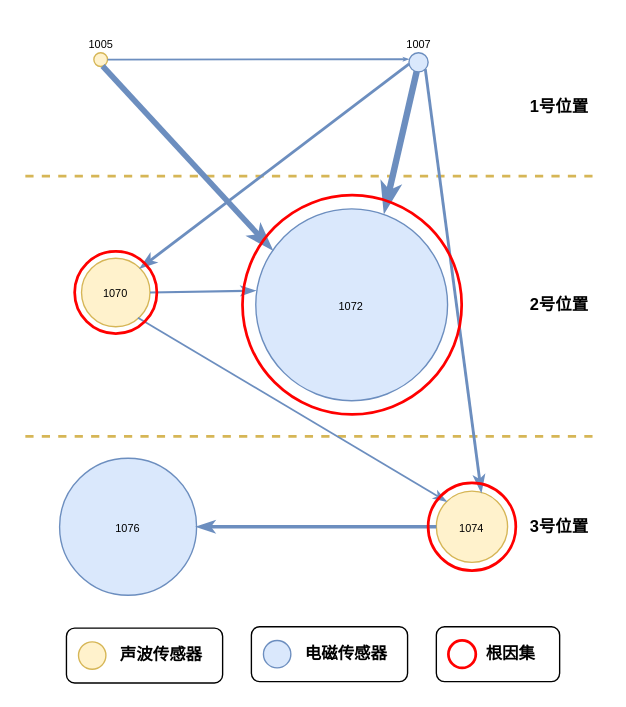
Earlier version of the draw.io diagram page "第 8 页" (8 of 11) of 根因分析.drawio (balllightnings/draw). Source tidied: cells renumbered, new cells numbered last; positions are measured from the earlier drawing's top-left corner, leaving out a move shared by most shapes. Both pictures are drawn from the tidied source at 137%, with x=0, y=0 at pixel (25, 32).
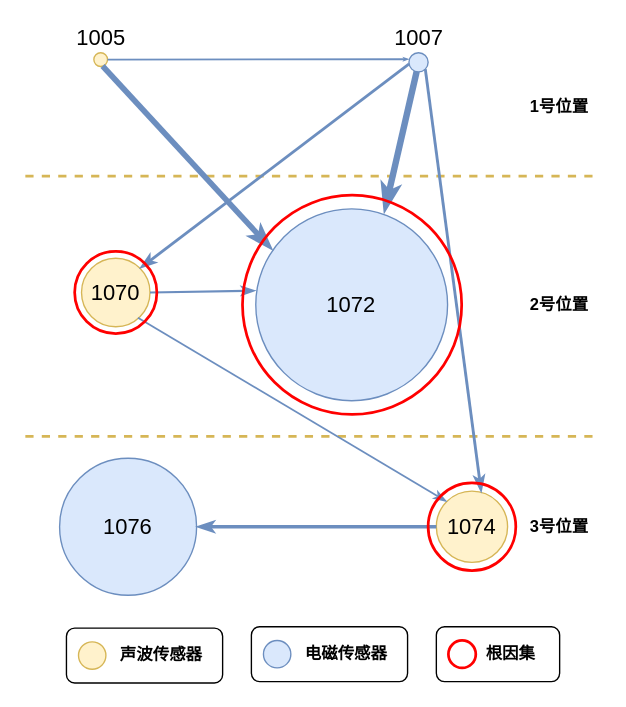
The same page after the edit.

What changed in the source:
```diff
@@
-    <mxCell id="6" value="&lt;font style=&quot;font-size: 8px;&quot;&gt;1070&lt;/font&gt;" style="ellipse;whiteSpace=wrap;html=1;fillColor=#fff2cc;strokeColor=#d6b656;" parent="1" vertex="1">
+    <mxCell id="6" value="&lt;div align=&quot;justify&quot;&gt;&lt;font style=&quot;font-size: 16px;&quot;&gt;1070&lt;/font&gt;&lt;/div&gt;" style="ellipse;whiteSpace=wrap;html=1;fillColor=#fff2cc;strokeColor=#d6b656;" parent="1" vertex="1">
       <mxGeometry x="41" y="165" width="50" height="50" as="geometry" />
     </mxCell>
-    <mxCell id="7" value="&lt;font style=&quot;font-size: 8px;&quot;&gt;1072&lt;/font&gt;" style="ellipse;whiteSpace=wrap;html=1;fillColor=#dae8fc;strokeColor=#6c8ebf;" parent="1" vertex="1">
+    <mxCell id="7" value="&lt;font style=&quot;font-size: 16px;&quot;&gt;1072&lt;/font&gt;" style="ellipse;whiteSpace=wrap;html=1;fillColor=#dae8fc;strokeColor=#6c8ebf;" parent="1" vertex="1">
       <mxGeometry x="168.2" y="129" width="140" height="140" as="geometry" />
     </mxCell>
-    <mxCell id="8" value="&lt;font style=&quot;font-size: 8px;&quot;&gt;1076&lt;/font&gt;" style="ellipse;whiteSpace=wrap;html=1;fillColor=#dae8fc;strokeColor=#6c8ebf;" parent="1" vertex="1">
+    <mxCell id="8" value="&lt;font style=&quot;font-size: 16px;&quot;&gt;1076&lt;/font&gt;" style="ellipse;whiteSpace=wrap;html=1;fillColor=#dae8fc;strokeColor=#6c8ebf;" parent="1" vertex="1">
       <mxGeometry x="25" y="311" width="100" height="100" as="geometry" />
     </mxCell>
@@
-    <mxCell id="13" value="&lt;font style=&quot;font-size: 8px;&quot;&gt;1074&lt;/font&gt;" style="ellipse;whiteSpace=wrap;html=1;fillColor=#fff2cc;strokeColor=#d6b656;" parent="1" vertex="1">
+    <mxCell id="13" value="&lt;font style=&quot;font-size: 16px;&quot;&gt;1074&lt;/font&gt;" style="ellipse;whiteSpace=wrap;html=1;fillColor=#fff2cc;strokeColor=#d6b656;" parent="1" vertex="1">
       <mxGeometry x="300" y="335" width="52" height="52" as="geometry" />
     </mxCell>
@@
-    <mxCell id="18" value="&lt;font style=&quot;font-size: 8px;&quot;&gt;1005&lt;/font&gt;" style="text;html=1;align=center;verticalAlign=middle;whiteSpace=wrap;rounded=0;" parent="1" vertex="1">
-      <mxGeometry x="33.8" width="42.5" height="15" as="geometry" />
+    <mxCell id="18" value="&lt;font style=&quot;font-size: 16px;&quot;&gt;1005&lt;/font&gt;" style="text;html=1;align=center;verticalAlign=middle;whiteSpace=wrap;rounded=0;" parent="1" vertex="1">
+      <mxGeometry x="33.8" y="-4" width="42.5" height="15" as="geometry" />
     </mxCell>
-    <mxCell id="19" value="&lt;font style=&quot;font-size: 8px;&quot;&gt;1007&lt;/font&gt;" style="text;html=1;align=center;verticalAlign=middle;whiteSpace=wrap;rounded=0;" parent="1" vertex="1">
-      <mxGeometry x="265.8" width="42.5" height="15" as="geometry" />
+    <mxCell id="19" value="&lt;font style=&quot;font-size: 16px;&quot;&gt;1007&lt;/font&gt;" style="text;html=1;align=center;verticalAlign=middle;whiteSpace=wrap;rounded=0;" parent="1" vertex="1">
+      <mxGeometry x="265.8" y="-4" width="42.5" height="15" as="geometry" />
     </mxCell>
@@
+    <mxCell id="33" style="ellipse;whiteSpace=wrap;html=1;fillColor=none;strokeColor=#FF0000;strokeWidth=2;" parent="1" vertex="1">
+      <mxGeometry x="158.5" y="119" width="160" height="160" as="geometry" />
+    </mxCell>
@@
-    <mxCell id="33" style="ellipse;whiteSpace=wrap;html=1;fillColor=none;strokeColor=#FF0000;strokeWidth=2;" parent="1" vertex="1">
-      <mxGeometry x="158.5" y="119" width="160" height="160" as="geometry" />
-    </mxCell>
```
